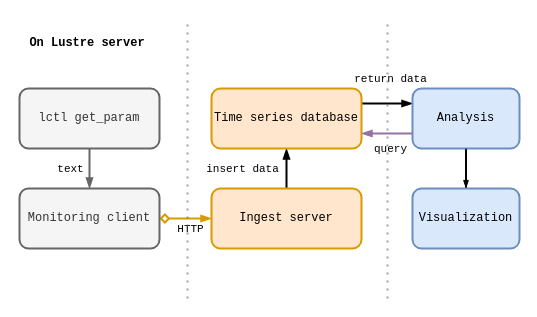
The draw.io diagram content/figures/lustre-monitor.drawio in jaantollander/masters-thesis, before the edit. Source tidied: cells renumbered, new cells numbered last; positions are measured from the earlier drawing's top-left corner, leaving out a move shared by most shapes. Both pictures are drawn from the tidied source at 100%, with x=0, y=0 at pixel (17, 18).
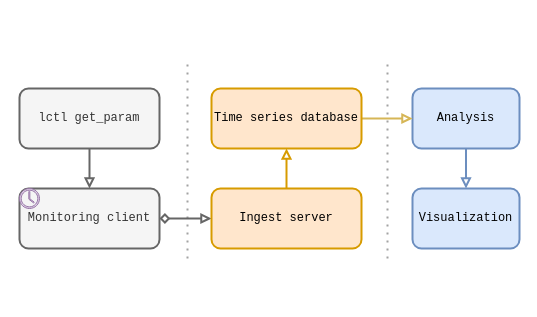
The same diagram, later.

The change refers to these unchanged cells:
```xml
<mxCell id="6" value="Monitoring client" style="rounded=1;whiteSpace=wrap;html=1;strokeWidth=2;fontFamily=Courier New;fillColor=#f5f5f5;strokeColor=#666666;fontColor=#333333;" parent="1" vertex="1">
  <mxGeometry x="2" y="170" width="140" height="60" as="geometry" />
</mxCell>
<mxCell id="9" value="Ingest server" style="rounded=1;whiteSpace=wrap;html=1;strokeWidth=2;fontFamily=Courier New;fillColor=#ffe6cc;strokeColor=#d79b00;" parent="1" vertex="1">
  <mxGeometry x="194" y="170" width="150" height="60" as="geometry" />
</mxCell>
<mxCell id="10" value="lctl get_param" style="rounded=1;whiteSpace=wrap;html=1;strokeWidth=2;fontFamily=Courier New;fillColor=#f5f5f5;strokeColor=#666666;fontColor=#333333;" parent="1" vertex="1">
  <mxGeometry x="2" y="70" width="140" height="60" as="geometry" />
</mxCell>
<mxCell id="15" value="Analysis" style="rounded=1;whiteSpace=wrap;html=1;strokeWidth=2;fontFamily=Courier New;fillColor=#dae8fc;strokeColor=#6c8ebf;" parent="1" vertex="1">
  <mxGeometry x="395" y="70" width="107" height="60" as="geometry" />
</mxCell>
<mxCell id="18" value="Time series database" style="rounded=1;whiteSpace=wrap;html=1;strokeWidth=2;fontFamily=Courier New;fillColor=#ffe6cc;strokeColor=#d79b00;" parent="1" vertex="1">
  <mxGeometry x="194" y="70" width="150" height="60" as="geometry" />
</mxCell>
<mxCell id="20" value="Visualization" style="rounded=1;whiteSpace=wrap;html=1;strokeWidth=2;fontFamily=Courier New;fillColor=#dae8fc;strokeColor=#6c8ebf;" parent="1" vertex="1">
  <mxGeometry x="395" y="170" width="107" height="60" as="geometry" />
</mxCell>
```

The edit, as a diff of the source:
```diff
@@
-    <mxCell id="2" style="edgeStyle=orthogonalEdgeStyle;rounded=0;jettySize=auto;html=1;strokeWidth=2;endArrow=blockThin;endFill=1;startArrow=diamond;startFill=0;fontFamily=Courier New;fillColor=#ffe6cc;strokeColor=#d79b00;" parent="1" edge="1" source="6" target="9">
+    <mxCell id="2" style="edgeStyle=orthogonalEdgeStyle;rounded=0;jettySize=auto;html=1;strokeWidth=2;endArrow=block;endFill=0;startArrow=diamond;startFill=0;fontFamily=Courier New;fillColor=#f5f5f5;strokeColor=#666666;" parent="1" edge="1" source="6" target="9">
       <mxGeometry relative="1" as="geometry" />
     </mxCell>
-    <mxCell id="3" value="HTTP" style="edgeLabel;html=1;align=center;verticalAlign=middle;fontFamily=Courier New;" parent="2" vertex="1">
-      <mxGeometry x="-0.24" y="-3" relative="1" as="geometry">
-        <mxPoint x="10" y="7" as="offset" />
-      </mxGeometry>
-    </mxCell>
-    <mxCell id="4" style="edgeStyle=orthogonalEdgeStyle;rounded=0;jettySize=auto;html=1;strokeWidth=2;startArrow=blockThin;startFill=1;endArrow=none;endFill=0;fontFamily=Courier New;fillColor=#f5f5f5;strokeColor=#666666;" parent="1" edge="1" source="6" target="10">
+    <mxCell id="4" style="edgeStyle=orthogonalEdgeStyle;rounded=0;jettySize=auto;html=1;strokeWidth=2;startArrow=block;startFill=0;endArrow=none;endFill=0;fontFamily=Courier New;fillColor=#f5f5f5;strokeColor=#666666;" parent="1" edge="1" source="6" target="10">
       <mxGeometry relative="1" as="geometry" />
     </mxCell>
-    <mxCell id="5" value="text" style="edgeLabel;html=1;align=center;verticalAlign=middle;fontFamily=Courier New;" parent="4" vertex="1">
-      <mxGeometry x="0.16" relative="1" as="geometry">
-        <mxPoint x="-20" y="3" as="offset" />
-      </mxGeometry>
-    </mxCell>
@@
-    <mxCell id="7" style="edgeStyle=orthogonalEdgeStyle;curved=1;rounded=0;jettySize=auto;html=1;strokeWidth=2;startArrow=none;startFill=0;endArrow=blockThin;endFill=1;fontFamily=Courier New;" parent="1" edge="1" source="9" target="18">
+    <mxCell id="7" style="edgeStyle=orthogonalEdgeStyle;curved=1;rounded=0;jettySize=auto;html=1;strokeWidth=2;startArrow=none;startFill=0;endArrow=block;endFill=0;fontFamily=Courier New;fillColor=#ffe6cc;strokeColor=#d79b00;" parent="1" edge="1" source="9" target="18">
       <mxGeometry relative="1" as="geometry" />
     </mxCell>
-    <mxCell id="8" value="insert data" style="edgeLabel;html=1;align=center;verticalAlign=middle;fontFamily=Courier New;" parent="7" vertex="1">
-      <mxGeometry x="-0.28" y="-1" relative="1" as="geometry">
-        <mxPoint x="-46" y="-6" as="offset" />
-      </mxGeometry>
-    </mxCell>
@@
-    <mxCell id="11" value="On Lustre server" style="text;html=1;strokeColor=none;fillColor=none;align=center;verticalAlign=middle;whiteSpace=wrap;rounded=0;strokeWidth=2;fontFamily=Courier New;fontStyle=1;" parent="1" vertex="1">
-      <mxGeometry y="10" width="140" height="30" as="geometry" />
-    </mxCell>
-    <mxCell id="12" style="rounded=0;jettySize=auto;html=1;exitX=0;exitY=0.25;exitDx=0;exitDy=0;strokeWidth=2;endArrow=none;endFill=0;startArrow=blockThin;startFill=1;fontFamily=Courier New;entryX=1;entryY=0.25;entryDx=0;entryDy=0;" parent="1" edge="1" source="15" target="18">
-      <mxGeometry relative="1" as="geometry" />
-    </mxCell>
-    <mxCell id="13" value="return data" style="edgeLabel;html=1;align=center;verticalAlign=middle;fontFamily=Courier New;" parent="12" vertex="1">
-      <mxGeometry x="0.22" relative="1" as="geometry">
-        <mxPoint x="8" y="-25" as="offset" />
-      </mxGeometry>
-    </mxCell>
-    <mxCell id="14" style="edgeStyle=orthogonalEdgeStyle;curved=1;rounded=0;jettySize=auto;html=1;strokeWidth=2;startArrow=none;startFill=0;endArrow=none;endFill=0;fontFamily=Courier New;" parent="1" edge="1" source="15" target="20">
-      <mxGeometry relative="1" as="geometry" />
-    </mxCell>
@@
-    <mxCell id="16" style="rounded=0;jettySize=auto;html=1;entryX=0;entryY=0.75;entryDx=0;entryDy=0;strokeWidth=2;endArrow=none;endFill=0;startArrow=blockThin;startFill=1;fillColor=#e1d5e7;strokeColor=#9673a6;fontFamily=Courier New;exitX=1;exitY=0.75;exitDx=0;exitDy=0;" parent="1" edge="1" source="18" target="15">
+    <mxCell id="16" style="edgeStyle=orthogonalEdgeStyle;rounded=0;jettySize=auto;html=1;strokeWidth=2;fillColor=#fff2cc;strokeColor=#d6b656;endArrow=block;endFill=0;" parent="1" edge="1" source="18" target="15">
       <mxGeometry relative="1" as="geometry" />
     </mxCell>
-    <mxCell id="17" value="query" style="edgeLabel;html=1;align=center;verticalAlign=middle;fontFamily=Courier New;" parent="16" vertex="1">
-      <mxGeometry x="-0.14" relative="1" as="geometry">
-        <mxPoint x="6" y="15" as="offset" />
-      </mxGeometry>
-    </mxCell>
@@
-    <mxCell id="19" style="edgeStyle=orthogonalEdgeStyle;rounded=0;jettySize=auto;html=1;startArrow=blockThin;startFill=1;endArrow=none;endFill=0;" parent="1" edge="1" source="20" target="15">
+    <mxCell id="19" style="edgeStyle=orthogonalEdgeStyle;rounded=0;jettySize=auto;html=1;startArrow=block;startFill=0;endArrow=none;endFill=0;fillColor=#dae8fc;strokeColor=#6c8ebf;strokeWidth=2;" parent="1" edge="1" source="20" target="15">
       <mxGeometry relative="1" as="geometry" />
     </mxCell>
@@
     <mxCell id="21" style="endArrow=none;dashed=1;html=1;dashPattern=1 3;strokeWidth=2;rounded=0;fillColor=#f5f5f5;strokeColor=#666666;opacity=60;" parent="1" edge="1">
       <mxGeometry relative="1" as="geometry">
-        <mxPoint x="170" y="280" as="sourcePoint" />
-        <mxPoint x="170" as="targetPoint" />
+        <mxPoint x="170" y="240" as="sourcePoint" />
+        <mxPoint x="170" y="40" as="targetPoint" />
       </mxGeometry>
     </mxCell>
     <mxCell id="22" style="endArrow=none;dashed=1;html=1;dashPattern=1 3;strokeWidth=2;rounded=0;fillColor=#f5f5f5;strokeColor=#666666;opacity=60;" parent="1" edge="1">
       <mxGeometry relative="1" as="geometry">
-        <mxPoint x="370" y="280" as="sourcePoint" />
-        <mxPoint x="370" as="targetPoint" />
+        <mxPoint x="370" y="240" as="sourcePoint" />
+        <mxPoint x="370" y="40" as="targetPoint" />
       </mxGeometry>
     </mxCell>
+    <mxCell id="23" style="sketch=0;shadow=0;dashed=0;html=1;strokeColor=#9673a6;fillColor=#e1d5e7;labelPosition=center;verticalLabelPosition=bottom;verticalAlign=top;align=center;shape=mxgraph.office.concepts.clock;" parent="1" vertex="1">
+      <mxGeometry x="2" y="170" width="20" height="20" as="geometry" />
+    </mxCell>
```
